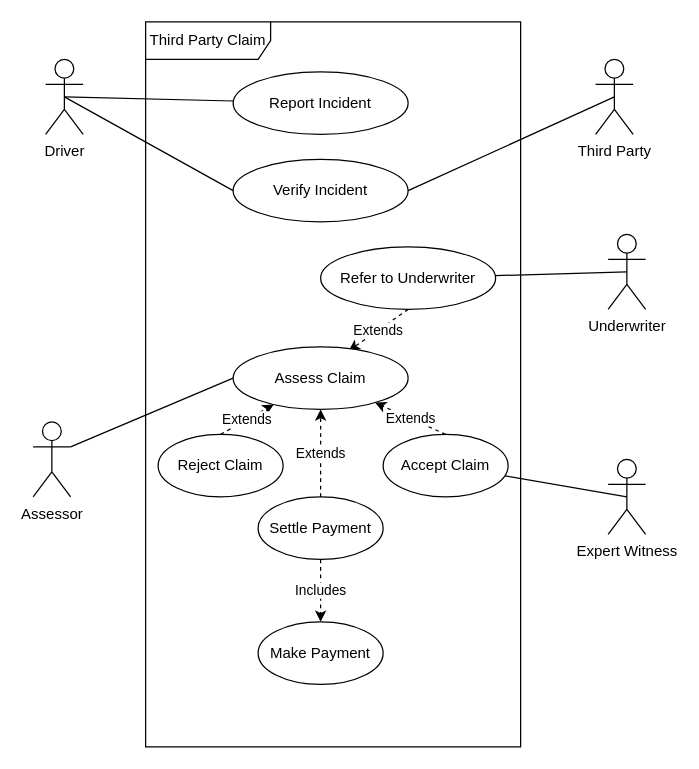
The draw.io diagram week1/Lab 2 2nd Use Case Solution.drawio in Darren-ODonnell/BusinessModellingDiagrams, before the edit. Source tidied: cells renumbered, new cells numbered last; positions are measured from the earlier drawing's top-left corner, leaving out a move shared by most shapes. Both pictures are drawn from the tidied source at 125%, with x=0, y=0 at pixel (32, 21).
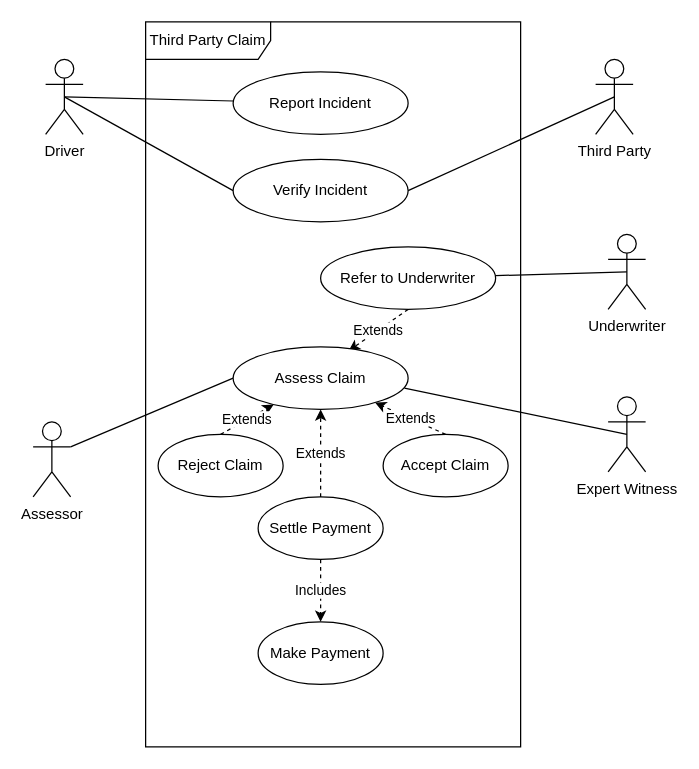
After the change.

Unchanged cells that the change refers to:
```xml
<mxCell id="20" value="Assess Claim" style="ellipse;whiteSpace=wrap;html=1;" parent="1" vertex="1">
  <mxGeometry x="160" y="260" width="140" height="50" as="geometry" />
</mxCell>
<mxCell id="22" value="Accept Claim" style="ellipse;whiteSpace=wrap;html=1;" parent="1" vertex="1">
  <mxGeometry x="280" y="330" width="100" height="50" as="geometry" />
</mxCell>
```

What changed in the source:
```diff
@@
-    <mxCell id="8" style="edgeStyle=none;rounded=0;jettySize=auto;html=1;exitX=0.5;exitY=0.5;exitDx=0;exitDy=0;exitPerimeter=0;endArrow=none;endFill=0;" parent="1" edge="1" source="9" target="22">
+    <mxCell id="8" style="edgeStyle=none;rounded=0;jettySize=auto;html=1;exitX=0.5;exitY=0.5;exitDx=0;exitDy=0;exitPerimeter=0;endArrow=none;endFill=0;entryX=0.979;entryY=0.66;entryDx=0;entryDy=0;entryPerimeter=0;" parent="1" edge="1" source="9" target="20">
       <mxGeometry relative="1" as="geometry" />
     </mxCell>
     <mxCell id="9" value="Expert Witness" style="shape=umlActor;verticalLabelPosition=bottom;verticalAlign=top;html=1;" parent="1" vertex="1">
-      <mxGeometry x="460" y="350" width="30" height="60" as="geometry" />
+      <mxGeometry x="460" y="300" width="30" height="60" as="geometry" />
     </mxCell>
```
